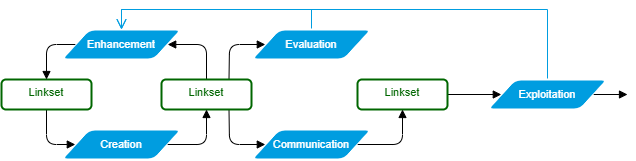
This is docs/whitepaper/img/alignment-lifecycle.drawio.png from Stichting-CROW/ontology-alignment, a draw.io export, as it was before one commit. Source tidied: cells renumbered, new cells last; positions are measured from the earlier drawing's top-left corner, leaving out a move shared by most shapes.
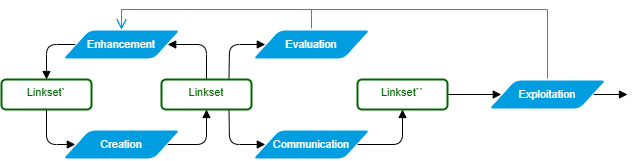
Later version of the same file.

Diff of the diagram source:
```diff
@@ -40,7 +40,7 @@
         </Array>
       </mxGeometry>
     </mxCell>
-    <mxCell id="10" value="Linkset" style="rounded=1;whiteSpace=wrap;html=1;fontFamily=Helvetica;fillColor=none;verticalAlign=top;strokeColor=#006600;fontColor=#006600;strokeWidth=2;fontSize=11;" parent="1" vertex="1">
+    <mxCell id="10" value="Linkset`" style="rounded=1;whiteSpace=wrap;html=1;fontFamily=Helvetica;fillColor=none;verticalAlign=top;strokeColor=#006600;fontColor=#006600;strokeWidth=2;fontSize=11;" parent="1" vertex="1">
       <mxGeometry y="70" width="90" height="30" as="geometry" />
     </mxCell>
     <mxCell id="11" style="edgeStyle=none;html=1;entryX=1;entryY=0.5;entryDx=0;entryDy=0;endArrow=block;endFill=1;" parent="1" edge="1" source="14" target="4">
@@ -70,7 +70,7 @@
     <mxCell id="15" style="edgeStyle=none;html=1;entryX=0;entryY=0.5;entryDx=0;entryDy=0;endArrow=block;endFill=1;" parent="1" edge="1" source="16" target="8">
       <mxGeometry relative="1" as="geometry" />
     </mxCell>
-    <mxCell id="16" value="Linkset" style="rounded=1;whiteSpace=wrap;html=1;fontFamily=Helvetica;fillColor=none;verticalAlign=top;strokeColor=#006600;fontColor=#006600;strokeWidth=2;fontSize=11;" parent="1" vertex="1">
+    <mxCell id="16" value="Linkset``" style="rounded=1;whiteSpace=wrap;html=1;fontFamily=Helvetica;fillColor=none;verticalAlign=top;strokeColor=#006600;fontColor=#006600;strokeWidth=2;fontSize=11;" parent="1" vertex="1">
       <mxGeometry x="356" y="70" width="90" height="30" as="geometry" />
     </mxCell>
     <mxCell id="17" style="edgeStyle=none;html=1;entryX=0.5;entryY=1;entryDx=0;entryDy=0;endArrow=block;endFill=1;" parent="1" edge="1" source="3" target="14">
```
